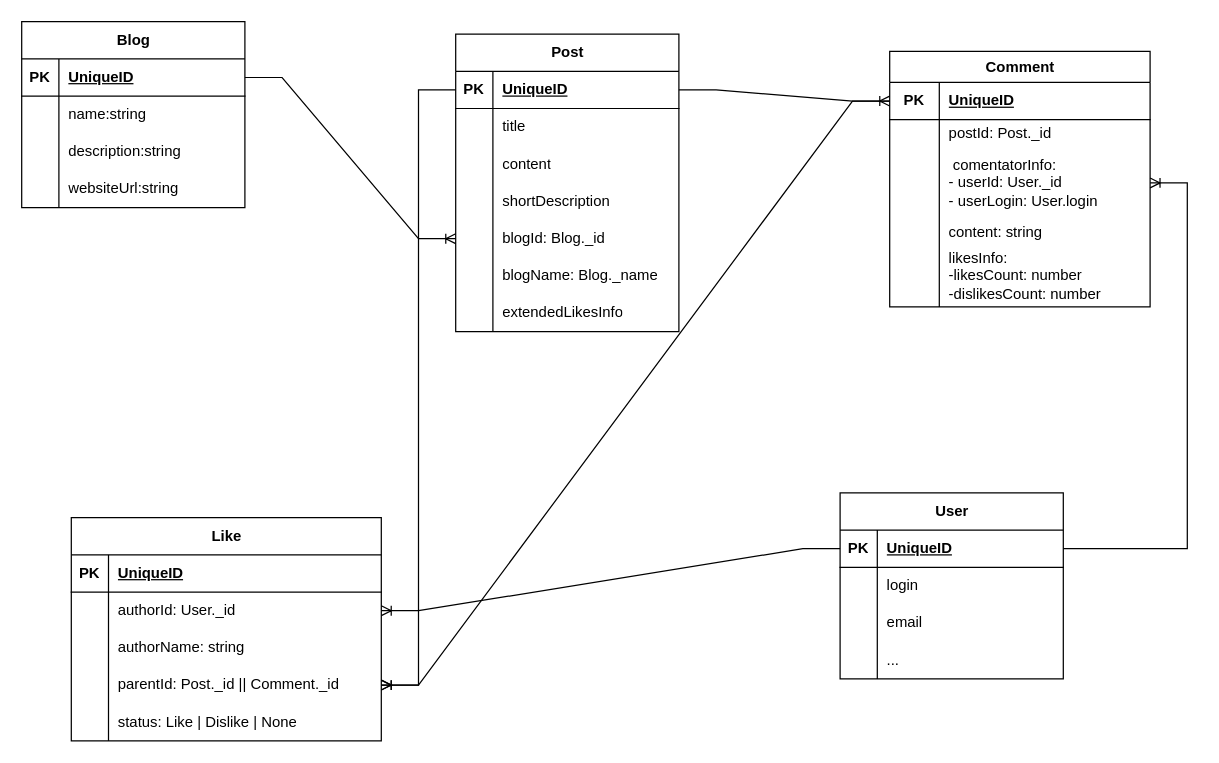
Above: Blogger-platform.drawio in anastasiiayushko/blogger-platform (draw.io), before the change. Source tidied: cells renumbered, new cells numbered last; positions are measured from the earlier drawing's top-left corner, leaving out a move shared by most shapes. Both pictures are drawn from the tidied source at 124%, with x=0, y=0 at pixel (21, 21).
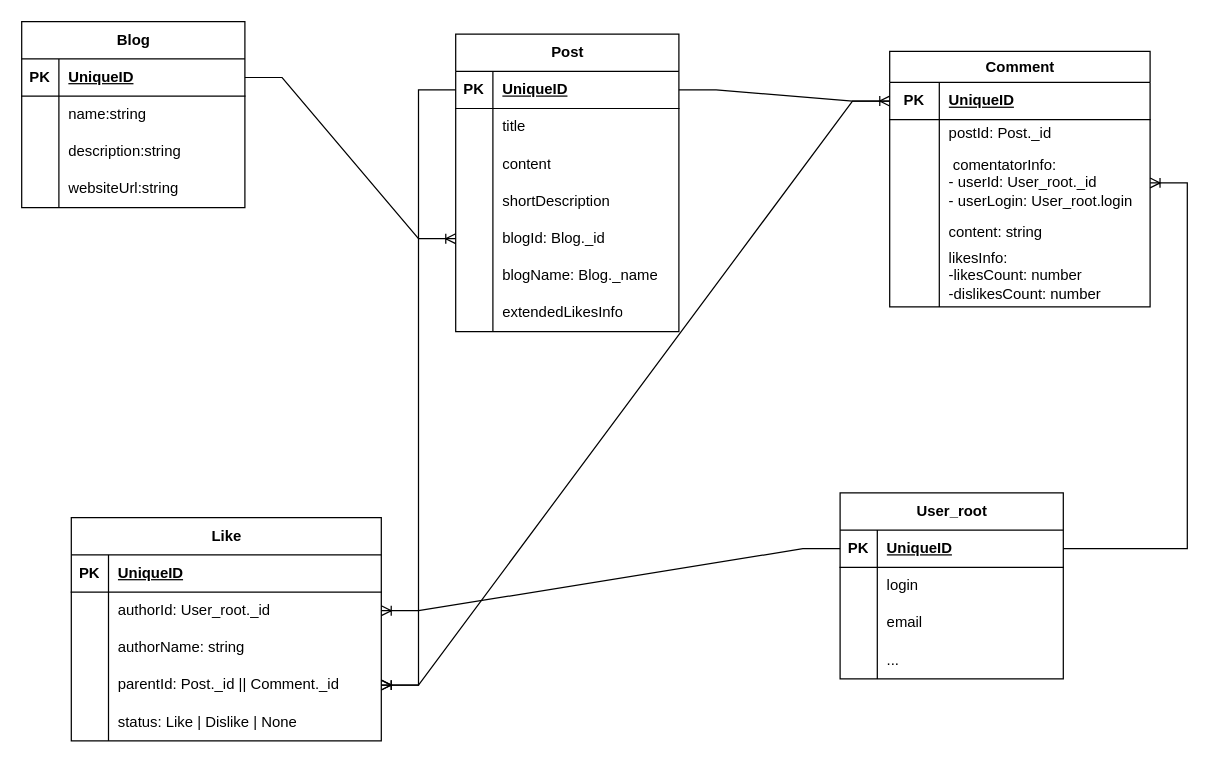
The same diagram, later.

Unchanged cells that the change refers to:
```xml
<mxCell id="35" style="shape=tableRow;horizontal=0;startSize=0;swimlaneHead=0;swimlaneBody=0;fillColor=none;points=[[0,0.5],[1,0.5]];portConstraint=eastwest;top=0;left=0;right=0;bottom=0;" parent="28" vertex="1">
  <mxGeometry y="76" width="210" height="60" as="geometry" />
</mxCell>
<mxCell id="77" style="shape=tableRow;horizontal=0;startSize=0;swimlaneHead=0;swimlaneBody=0;fillColor=none;points=[[0,0.5],[1,0.5]];portConstraint=eastwest;top=0;left=0;right=0;bottom=0;" parent="73" vertex="1">
  <mxGeometry y="60" width="250" height="30" as="geometry" />
</mxCell>
```

Diff of the diagram source:
```diff
@@
-    <mxCell id="37" value="&lt;div&gt;&amp;nbsp;comentatorInfo:&lt;br&gt;- userId: User._id&lt;br&gt;&lt;/div&gt;&lt;div&gt;- userLogin: User.login&lt;br&gt;&lt;/div&gt;" style="shape=partialRectangle;fillColor=none;top=0;left=0;bottom=0;right=0;align=left;spacingLeft=6;overflow=hidden;whiteSpace=wrap;html=1;" parent="35" vertex="1">
+    <mxCell id="37" value="&lt;div&gt;&amp;nbsp;comentatorInfo:&lt;br&gt;- userId: User_root._id&lt;br&gt;&lt;/div&gt;&lt;div&gt;- userLogin: User_root.login&lt;br&gt;&lt;/div&gt;" style="shape=partialRectangle;fillColor=none;top=0;left=0;bottom=0;right=0;align=left;spacingLeft=6;overflow=hidden;whiteSpace=wrap;html=1;" parent="35" vertex="1">
       <mxGeometry x="40" width="170" height="60" as="geometry" />
     </mxCell>
@@
-    <mxCell id="44" value="User" style="shape=table;startSize=30;childLayout=tableLayout;rowLines=0;fontStyle=1;align=center;html=1;" parent="1" vertex="1">
+    <mxCell id="44" value="User_root" style="shape=table;startSize=30;childLayout=tableLayout;rowLines=0;fontStyle=1;align=center;html=1;" parent="1" vertex="1">
       <mxGeometry x="660" y="380" width="180" height="150" as="geometry" />
     </mxCell>
@@
-    <mxCell id="79" value="authorId: User._id" style="shape=partialRectangle;fillColor=none;top=0;left=0;bottom=0;right=0;align=left;spacingLeft=6;overflow=hidden;whiteSpace=wrap;html=1;" parent="77" vertex="1">
+    <mxCell id="79" value="authorId: User_root._id" style="shape=partialRectangle;fillColor=none;top=0;left=0;bottom=0;right=0;align=left;spacingLeft=6;overflow=hidden;whiteSpace=wrap;html=1;" parent="77" vertex="1">
       <mxGeometry x="30" width="220" height="30" as="geometry" />
     </mxCell>
```
